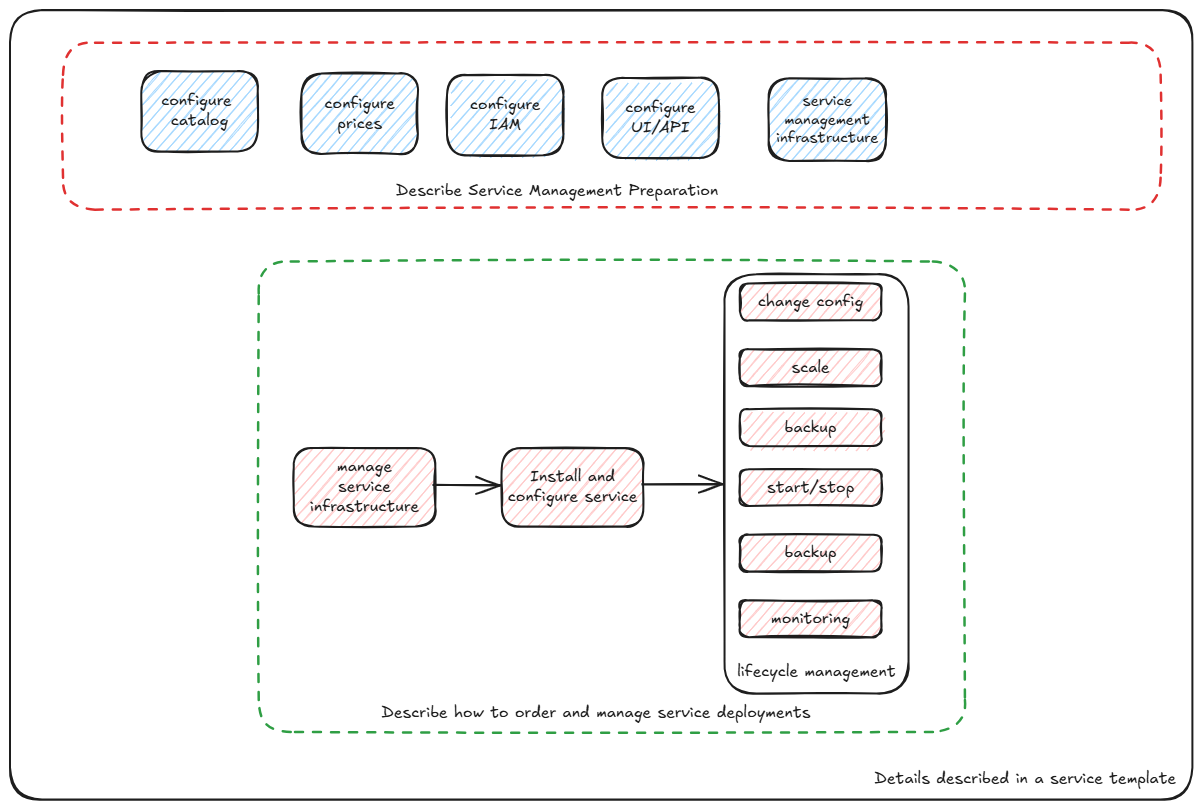
The Excalidraw diagram static/img/service-template-components.excalidraw.png in eclipse-xpanse/xpanse-website, before a commit. Source tidied: one line per element, renumbered; positions are measured from the earlier drawing's top-left corner, leaving out a move shared by most shapes.
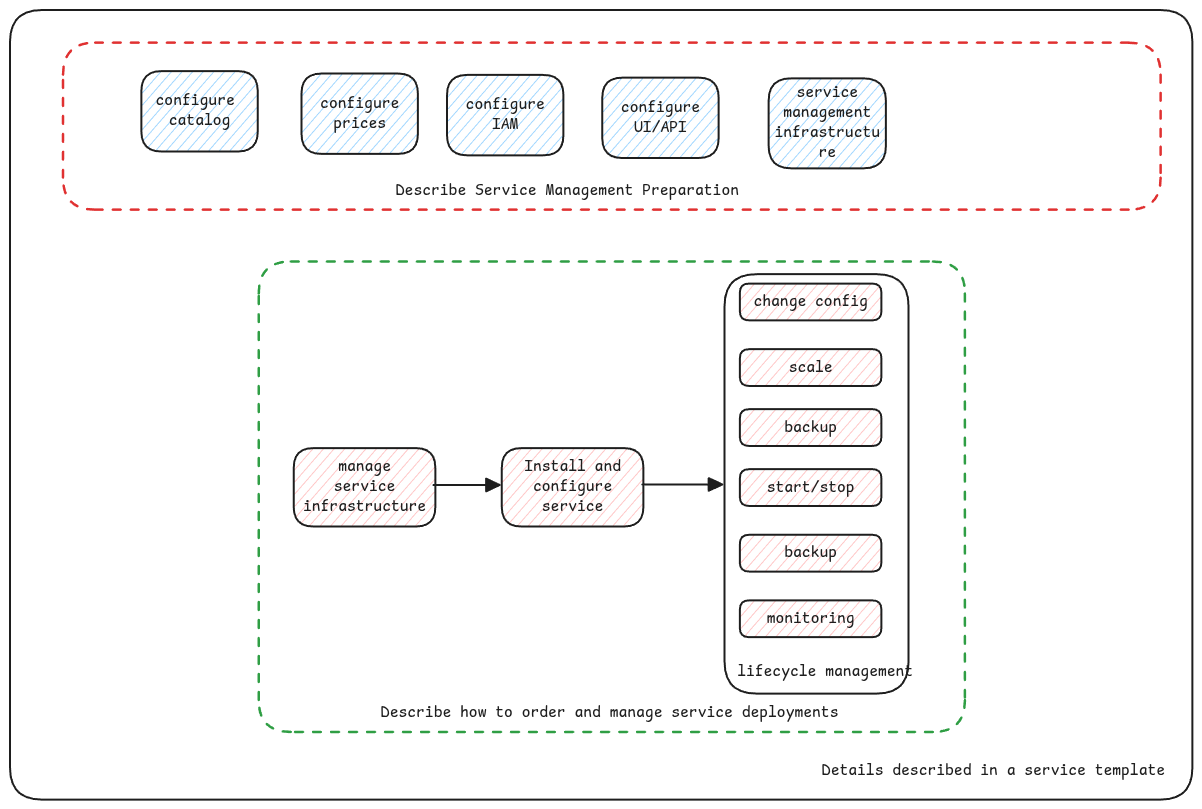
Above is the later version.

Diff of the diagram source:
```diff
@@ -1,36 +1,36 @@
-{"id": 0, "type": "rectangle", "strokeColor": "#1e1e1e", "strokeWidth": 2, "roughness": 1, "round": true, "x": 0, "y": 0, "width": 1182, "height": 790}
+{"id": 0, "type": "rectangle", "strokeColor": "#1e1e1e", "strokeWidth": 2, "roughness": 0, "round": true, "x": 0, "y": 0, "width": 1182, "height": 790}
-{"id": 1, "type": "rectangle", "strokeColor": "#1e1e1e", "backgroundColor": "#ffc9c9", "fillStyle": "hachure", "strokeWidth": 2, "roughness": 1, "round": true, "x": 284, "y": 438, "width": 142, "height": 78}
+{"id": 1, "type": "rectangle", "strokeColor": "#1e1e1e", "backgroundColor": "#ffc9c9", "fillStyle": "hachure", "strokeWidth": 2, "roughness": 0, "round": true, "x": 284, "y": 438, "width": 142, "height": 78}
-{"id": 2, "type": "text", "text": "manage\nservice\ninfrastructure", "strokeColor": "#1e1e1e", "strokeWidth": 2, "roughness": 1, "fontSize": 16, "fontFamily": 5, "textAlign": "center", "verticalAlign": "middle", "inside": 1, "x": 299, "y": 447, "width": 110, "height": 60}
+{"id": 2, "type": "text", "text": "manage\nservice\ninfrastructure", "strokeColor": "#1e1e1e", "strokeWidth": 2, "roughness": 1, "fontSize": 16, "fontFamily": 8, "textAlign": "center", "verticalAlign": "middle", "inside": 1, "x": 293, "y": 447, "width": 123, "height": 60}
-{"id": 3, "type": "rectangle", "strokeColor": "#1e1e1e", "backgroundColor": "#ffc9c9", "fillStyle": "hachure", "strokeWidth": 2, "roughness": 1, "round": true, "x": 492, "y": 438, "width": 142, "height": 78}
+{"id": 3, "type": "rectangle", "strokeColor": "#1e1e1e", "backgroundColor": "#ffc9c9", "fillStyle": "hachure", "strokeWidth": 2, "roughness": 0, "round": true, "x": 492, "y": 438, "width": 142, "height": 78}
-{"id": 4, "type": "text", "text": "Install and\nconfigure service", "strokeColor": "#1e1e1e", "strokeWidth": 2, "roughness": 1, "fontSize": 16, "fontFamily": 5, "textAlign": "center", "verticalAlign": "middle", "inside": 3, "x": 498, "y": 457, "width": 130, "height": 40}
+{"id": 4, "type": "text", "text": "Install and\nconfigure\nservice", "strokeColor": "#1e1e1e", "strokeWidth": 2, "roughness": 1, "fontSize": 16, "fontFamily": 8, "textAlign": "center", "verticalAlign": "middle", "inside": 3, "x": 514, "y": 447, "width": 97, "height": 60}
-{"id": 5, "type": "rectangle", "strokeColor": "#1e1e1e", "backgroundColor": "#ffc9c9", "fillStyle": "hachure", "strokeWidth": 2, "roughness": 1, "round": true, "x": 730, "y": 274, "width": 142, "height": 37}
+{"id": 5, "type": "rectangle", "strokeColor": "#1e1e1e", "backgroundColor": "#ffc9c9", "fillStyle": "hachure", "strokeWidth": 2, "roughness": 0, "round": true, "x": 730, "y": 274, "width": 142, "height": 37}
-{"id": 6, "type": "text", "text": "change config", "strokeColor": "#1e1e1e", "strokeWidth": 2, "roughness": 1, "fontSize": 16, "fontFamily": 5, "textAlign": "center", "verticalAlign": "middle", "inside": 5, "x": 748, "y": 282, "width": 106, "height": 20}
+{"id": 6, "type": "text", "text": "change config", "strokeColor": "#1e1e1e", "strokeWidth": 2, "roughness": 1, "fontSize": 16, "fontFamily": 8, "textAlign": "center", "verticalAlign": "middle", "inside": 5, "x": 743, "y": 282, "width": 114, "height": 20}
-{"id": 7, "type": "rectangle", "strokeColor": "#1e1e1e", "backgroundColor": "#ffc9c9", "fillStyle": "hachure", "strokeWidth": 2, "roughness": 1, "round": true, "x": 730, "y": 339, "width": 142, "height": 37}
+{"id": 7, "type": "rectangle", "strokeColor": "#1e1e1e", "backgroundColor": "#ffc9c9", "fillStyle": "hachure", "strokeWidth": 2, "roughness": 0, "round": true, "x": 730, "y": 339, "width": 142, "height": 37}
-{"id": 8, "type": "text", "text": "scale", "strokeColor": "#1e1e1e", "strokeWidth": 2, "roughness": 1, "fontSize": 16, "fontFamily": 5, "textAlign": "center", "verticalAlign": "middle", "inside": 7, "x": 781, "y": 348, "width": 39, "height": 20}
+{"id": 8, "type": "text", "text": "scale", "strokeColor": "#1e1e1e", "strokeWidth": 2, "roughness": 1, "fontSize": 16, "fontFamily": 8, "textAlign": "center", "verticalAlign": "middle", "inside": 7, "x": 779, "y": 348, "width": 44, "height": 20}
-{"id": 9, "type": "rectangle", "strokeColor": "#1e1e1e", "backgroundColor": "#ffc9c9", "fillStyle": "hachure", "strokeWidth": 2, "roughness": 1, "round": true, "x": 730, "y": 399, "width": 142, "height": 37}
+{"id": 9, "type": "rectangle", "strokeColor": "#1e1e1e", "backgroundColor": "#ffc9c9", "fillStyle": "hachure", "strokeWidth": 2, "roughness": 0, "round": true, "x": 730, "y": 399, "width": 142, "height": 37}
-{"id": 10, "type": "text", "text": "backup", "strokeColor": "#1e1e1e", "strokeWidth": 2, "roughness": 1, "fontSize": 16, "fontFamily": 5, "textAlign": "center", "verticalAlign": "middle", "inside": 9, "x": 774, "y": 408, "width": 52, "height": 20}
+{"id": 10, "type": "text", "text": "backup", "strokeColor": "#1e1e1e", "strokeWidth": 2, "roughness": 1, "fontSize": 16, "fontFamily": 8, "textAlign": "center", "verticalAlign": "middle", "inside": 9, "x": 774, "y": 408, "width": 53, "height": 20}
-{"id": 11, "type": "rectangle", "strokeColor": "#1e1e1e", "backgroundColor": "#ffc9c9", "fillStyle": "hachure", "strokeWidth": 2, "roughness": 1, "round": true, "x": 730, "y": 459, "width": 142, "height": 37}
+{"id": 11, "type": "rectangle", "strokeColor": "#1e1e1e", "backgroundColor": "#ffc9c9", "fillStyle": "hachure", "strokeWidth": 2, "roughness": 0, "round": true, "x": 730, "y": 459, "width": 142, "height": 37}
-{"id": 12, "type": "text", "text": "start/stop", "strokeColor": "#1e1e1e", "strokeWidth": 2, "roughness": 1, "fontSize": 16, "fontFamily": 5, "textAlign": "center", "verticalAlign": "middle", "inside": 11, "x": 757, "y": 468, "width": 88, "height": 20}
+{"id": 12, "type": "text", "text": "start/stop", "strokeColor": "#1e1e1e", "strokeWidth": 2, "roughness": 1, "fontSize": 16, "fontFamily": 8, "textAlign": "center", "verticalAlign": "middle", "inside": 11, "x": 757, "y": 468, "width": 88, "height": 20}
-{"id": 13, "type": "rectangle", "strokeColor": "#1e1e1e", "backgroundColor": "#ffc9c9", "fillStyle": "hachure", "strokeWidth": 2, "roughness": 1, "round": true, "x": 730, "y": 525, "width": 142, "height": 37}
+{"id": 13, "type": "rectangle", "strokeColor": "#1e1e1e", "backgroundColor": "#ffc9c9", "fillStyle": "hachure", "strokeWidth": 2, "roughness": 0, "round": true, "x": 730, "y": 525, "width": 142, "height": 37}
-{"id": 14, "type": "text", "text": "backup", "strokeColor": "#1e1e1e", "strokeWidth": 2, "roughness": 1, "fontSize": 16, "fontFamily": 5, "textAlign": "center", "verticalAlign": "middle", "inside": 13, "x": 774, "y": 533, "width": 52, "height": 20}
+{"id": 14, "type": "text", "text": "backup", "strokeColor": "#1e1e1e", "strokeWidth": 2, "roughness": 1, "fontSize": 16, "fontFamily": 8, "textAlign": "center", "verticalAlign": "middle", "inside": 13, "x": 774, "y": 533, "width": 53, "height": 20}
-{"id": 15, "type": "rectangle", "strokeColor": "#1e1e1e", "backgroundColor": "#a5d8ff", "fillStyle": "hachure", "strokeWidth": 2, "roughness": 1, "round": true, "x": 131, "y": 61, "width": 116, "height": 80}
+{"id": 15, "type": "rectangle", "strokeColor": "#1e1e1e", "backgroundColor": "#a5d8ff", "fillStyle": "hachure", "strokeWidth": 2, "roughness": 0, "round": true, "x": 131, "y": 61, "width": 116, "height": 80}
-{"id": 16, "type": "text", "text": "configure \ncatalog", "strokeColor": "#1e1e1e", "strokeWidth": 2, "roughness": 1, "fontSize": 16, "fontFamily": 5, "textAlign": "center", "verticalAlign": "middle", "inside": 15, "x": 151, "y": 81, "width": 77, "height": 40}
+{"id": 16, "type": "text", "text": "configure \ncatalog", "strokeColor": "#1e1e1e", "strokeWidth": 2, "roughness": 1, "fontSize": 16, "fontFamily": 8, "textAlign": "center", "verticalAlign": "middle", "inside": 15, "x": 146, "y": 81, "width": 88, "height": 40}
-{"id": 17, "type": "rectangle", "strokeColor": "#1e1e1e", "backgroundColor": "#a5d8ff", "fillStyle": "hachure", "strokeWidth": 2, "roughness": 1, "round": true, "x": 291, "y": 64, "width": 116, "height": 80}
+{"id": 17, "type": "rectangle", "strokeColor": "#1e1e1e", "backgroundColor": "#a5d8ff", "fillStyle": "hachure", "strokeWidth": 2, "roughness": 0, "round": true, "x": 291, "y": 64, "width": 116, "height": 80}
-{"id": 18, "type": "text", "text": "configure\nprices", "strokeColor": "#1e1e1e", "strokeWidth": 2, "roughness": 1, "fontSize": 16, "fontFamily": 5, "textAlign": "center", "verticalAlign": "middle", "inside": 17, "x": 314, "y": 84, "width": 71, "height": 40}
+{"id": 18, "type": "text", "text": "configure\nprices", "strokeColor": "#1e1e1e", "strokeWidth": 2, "roughness": 1, "fontSize": 16, "fontFamily": 8, "textAlign": "center", "verticalAlign": "middle", "inside": 17, "x": 310, "y": 84, "width": 79, "height": 40}
-{"id": 19, "type": "rectangle", "strokeColor": "#1e1e1e", "backgroundColor": "#ffc9c9", "fillStyle": "hachure", "strokeWidth": 2, "roughness": 1, "round": true, "x": 730, "y": 590, "width": 142, "height": 37}
+{"id": 19, "type": "rectangle", "strokeColor": "#1e1e1e", "backgroundColor": "#ffc9c9", "fillStyle": "hachure", "strokeWidth": 2, "roughness": 0, "round": true, "x": 730, "y": 590, "width": 142, "height": 37}
-{"id": 20, "type": "text", "text": "monitoring", "strokeColor": "#1e1e1e", "strokeWidth": 2, "roughness": 1, "fontSize": 16, "fontFamily": 5, "textAlign": "center", "verticalAlign": "middle", "inside": 19, "x": 761, "y": 599, "width": 79, "height": 20}
+{"id": 20, "type": "text", "text": "monitoring", "strokeColor": "#1e1e1e", "strokeWidth": 2, "roughness": 1, "fontSize": 16, "fontFamily": 8, "textAlign": "center", "verticalAlign": "middle", "inside": 19, "x": 757, "y": 599, "width": 88, "height": 20}
-{"id": 21, "type": "rectangle", "strokeColor": "#e03131", "strokeWidth": 2, "strokeStyle": "dashed", "roughness": 1, "round": true, "x": 53, "y": 33, "width": 1098, "height": 167}
+{"id": 21, "type": "rectangle", "strokeColor": "#e03131", "strokeWidth": 2, "strokeStyle": "dashed", "roughness": 0, "round": true, "x": 53, "y": 33, "width": 1098, "height": 167}
-{"id": 22, "type": "rectangle", "strokeColor": "#2f9e44", "strokeWidth": 2, "strokeStyle": "dashed", "roughness": 1, "round": true, "x": 249, "y": 252, "width": 706, "height": 470}
+{"id": 22, "type": "rectangle", "strokeColor": "#2f9e44", "strokeWidth": 2, "strokeStyle": "dashed", "roughness": 0, "round": true, "x": 249, "y": 252, "width": 706, "height": 470}
-{"id": 23, "type": "text", "text": "Describe Service Management Preparation", "strokeColor": "#1e1e1e", "strokeWidth": 2, "strokeStyle": "dashed", "roughness": 1, "fontSize": 16, "fontFamily": 5, "textAlign": "center", "x": 386, "y": 171, "width": 323, "height": 20}
+{"id": 23, "type": "text", "text": "Describe Service Management Preparation", "strokeColor": "#1e1e1e", "strokeWidth": 2, "strokeStyle": "dashed", "roughness": 0, "fontSize": 16, "fontFamily": 8, "textAlign": "center", "x": 386, "y": 171, "width": 343, "height": 20}
-{"id": 24, "type": "text", "text": "Describe how to order and manage service deployments", "strokeColor": "#1e1e1e", "strokeWidth": 2, "strokeStyle": "dashed", "roughness": 1, "fontSize": 16, "fontFamily": 5, "textAlign": "center", "x": 371, "y": 693, "width": 430, "height": 20}
+{"id": 24, "type": "text", "text": "Describe how to order and manage service deployments", "strokeColor": "#1e1e1e", "strokeWidth": 2, "strokeStyle": "dashed", "roughness": 0, "fontSize": 16, "fontFamily": 8, "textAlign": "center", "x": 371, "y": 693, "width": 458, "height": 20}
-{"id": 25, "type": "arrow", "strokeColor": "#1e1e1e", "backgroundColor": "#ffc9c9", "fillStyle": "hachure", "strokeWidth": 2, "roughness": 1, "endArrowhead": "arrow", "round": true, "x": 423, "y": 475, "width": 0, "height": 0, "points": [[0, 0], [66, 0]]}
+{"id": 25, "type": "arrow", "strokeColor": "#1e1e1e", "backgroundColor": "#ffc9c9", "fillStyle": "hachure", "strokeWidth": 2, "roughness": 0, "endArrowhead": "triangle", "x": 423, "y": 475, "width": 66, "height": 0, "points": [[0, 0], [66, 0]]}
-{"id": 26, "type": "rectangle", "strokeColor": "#1e1e1e", "strokeWidth": 2, "roughness": 1, "round": true, "x": 715, "y": 264, "width": 184, "height": 419}
+{"id": 26, "type": "rectangle", "strokeColor": "#1e1e1e", "strokeWidth": 2, "roughness": 0, "round": true, "x": 715, "y": 264, "width": 184, "height": 419}
-{"id": 27, "type": "text", "text": "lifecycle management", "strokeColor": "#1e1e1e", "backgroundColor": "#ffc9c9", "fillStyle": "hachure", "strokeWidth": 2, "roughness": 1, "fontSize": 16, "fontFamily": 5, "textAlign": "center", "x": 727, "y": 652, "width": 159, "height": 20}
+{"id": 27, "type": "text", "text": "lifecycle management", "strokeColor": "#1e1e1e", "backgroundColor": "#ffc9c9", "fillStyle": "hachure", "strokeWidth": 2, "roughness": 0, "fontSize": 16, "fontFamily": 8, "textAlign": "center", "x": 727, "y": 652, "width": 176, "height": 20}
-{"id": 28, "type": "arrow", "strokeColor": "#1e1e1e", "backgroundColor": "#ffc9c9", "fillStyle": "hachure", "strokeWidth": 2, "roughness": 1, "endArrowhead": "arrow", "round": true, "x": 632, "y": 474, "width": 0, "height": 0, "points": [[0, 0], [80, 0]]}
+{"id": 28, "type": "arrow", "strokeColor": "#1e1e1e", "backgroundColor": "#ffc9c9", "fillStyle": "hachure", "strokeWidth": 2, "roughness": 0, "endArrowhead": "triangle", "x": 632, "y": 474, "width": 80, "height": 0, "points": [[0, 0], [80, 0]]}
-{"id": 29, "type": "rectangle", "strokeColor": "#1e1e1e", "backgroundColor": "#a5d8ff", "fillStyle": "hachure", "strokeWidth": 2, "roughness": 1, "round": true, "x": 437, "y": 65, "width": 116, "height": 80}
+{"id": 29, "type": "rectangle", "strokeColor": "#1e1e1e", "backgroundColor": "#a5d8ff", "fillStyle": "hachure", "strokeWidth": 2, "roughness": 0, "round": true, "x": 437, "y": 65, "width": 116, "height": 80}
-{"id": 30, "type": "text", "text": "configure\nIAM", "strokeColor": "#1e1e1e", "strokeWidth": 2, "roughness": 1, "fontSize": 16, "fontFamily": 5, "textAlign": "center", "verticalAlign": "middle", "inside": 29, "x": 460, "y": 85, "width": 71, "height": 40}
+{"id": 30, "type": "text", "text": "configure\nIAM", "strokeColor": "#1e1e1e", "strokeWidth": 2, "roughness": 1, "fontSize": 16, "fontFamily": 8, "textAlign": "center", "verticalAlign": "middle", "inside": 29, "x": 456, "y": 85, "width": 79, "height": 40}
-{"id": 31, "type": "rectangle", "strokeColor": "#1e1e1e", "backgroundColor": "#a5d8ff", "fillStyle": "hachure", "strokeWidth": 2, "roughness": 1, "round": true, "x": 592, "y": 68, "width": 116, "height": 80}
+{"id": 31, "type": "rectangle", "strokeColor": "#1e1e1e", "backgroundColor": "#a5d8ff", "fillStyle": "hachure", "strokeWidth": 2, "roughness": 0, "round": true, "x": 592, "y": 68, "width": 116, "height": 80}
-{"id": 32, "type": "text", "text": "configure\nUI/API", "strokeColor": "#1e1e1e", "strokeWidth": 2, "roughness": 1, "fontSize": 16, "fontFamily": 5, "textAlign": "center", "verticalAlign": "middle", "inside": 31, "x": 615, "y": 88, "width": 71, "height": 40}
+{"id": 32, "type": "text", "text": "configure\nUI/API", "strokeColor": "#1e1e1e", "strokeWidth": 2, "roughness": 1, "fontSize": 16, "fontFamily": 8, "textAlign": "center", "verticalAlign": "middle", "inside": 31, "x": 611, "y": 88, "width": 79, "height": 40}
-{"id": 33, "type": "rectangle", "strokeColor": "#1e1e1e", "backgroundColor": "#a5d8ff", "fillStyle": "hachure", "strokeWidth": 2, "roughness": 1, "round": true, "x": 759, "y": 68, "width": 117, "height": 83}
+{"id": 33, "type": "rectangle", "strokeColor": "#1e1e1e", "backgroundColor": "#a5d8ff", "fillStyle": "hachure", "strokeWidth": 2, "roughness": 0, "round": true, "x": 759, "y": 68, "width": 117, "height": 90}
-{"id": 34, "type": "text", "text": "service\nmanagement\ninfrastructure", "strokeColor": "#1e1e1e", "strokeWidth": 2, "roughness": 1, "fontSize": 15.0, "fontFamily": 5, "textAlign": "center", "verticalAlign": "middle", "inside": 33, "x": 766, "y": 82, "width": 103, "height": 56}
+{"id": 34, "type": "text", "text": "service\nmanagement\ninfrastructu\nre", "strokeColor": "#1e1e1e", "strokeWidth": 2, "roughness": 1, "fontSize": 16, "fontFamily": 8, "textAlign": "center", "verticalAlign": "middle", "inside": 33, "x": 764, "y": 73, "width": 106, "height": 80}
-{"id": 35, "type": "text", "text": "Details described in a service template", "strokeColor": "#1e1e1e", "strokeWidth": 2, "roughness": 1, "fontSize": 16, "fontFamily": 5, "textAlign": "center", "x": 864, "y": 759, "width": 303, "height": 20}
+{"id": 35, "type": "text", "text": "Details described in a service template", "strokeColor": "#1e1e1e", "strokeWidth": 2, "roughness": 0, "fontSize": 16, "fontFamily": 8, "textAlign": "center", "x": 812, "y": 751, "width": 343, "height": 20}
```
